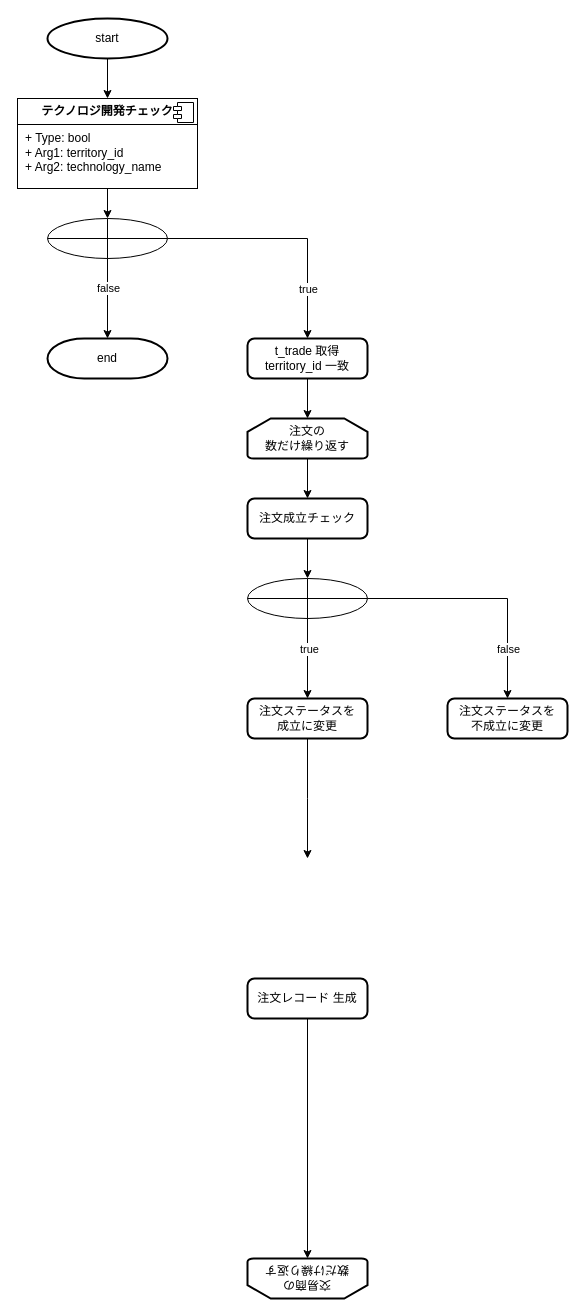
The draw.io diagram page "注文処理" (4 of 4) of table.drawio in T-Miyaoka/geeklog, before the edit. Source tidied: cells renumbered, new cells numbered last; positions are measured from the earlier drawing's top-left corner, leaving out a move shared by most shapes. Both pictures are drawn from the tidied source at 100%, with x=0, y=0 at pixel (17, 18).
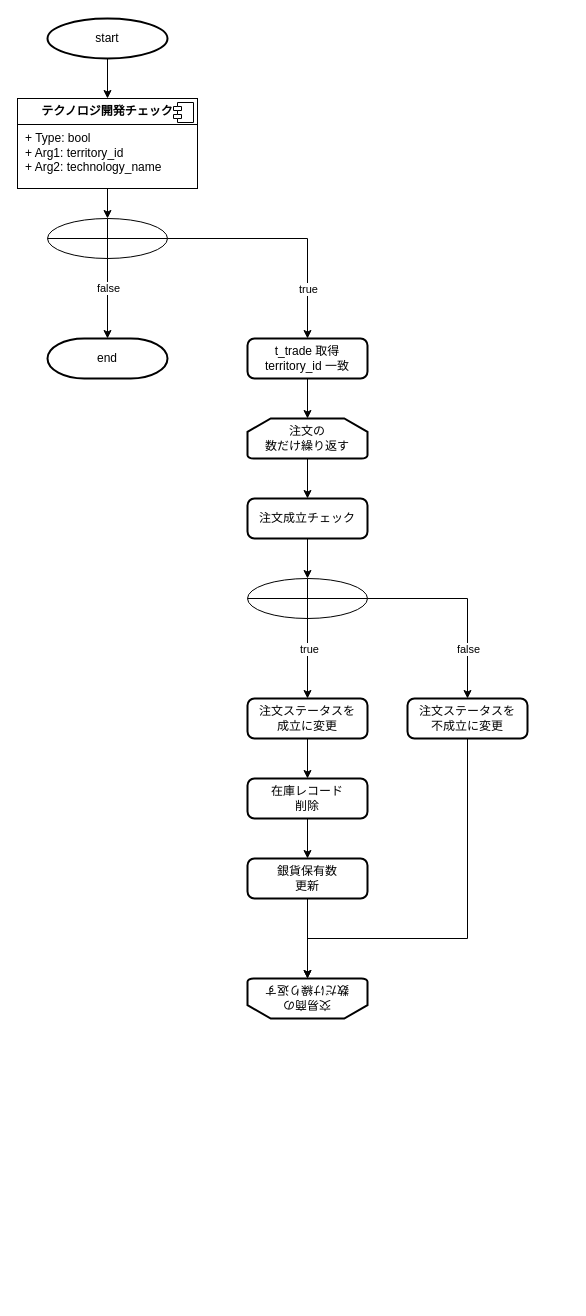
After the change.

The change refers to these unchanged cells:
```xml
<mxCell id="15" style="edgeStyle=orthogonalEdgeStyle;rounded=0;jettySize=auto;html=1;" parent="1" edge="1" source="17" target="29">
  <mxGeometry relative="1" as="geometry" />
</mxCell>
<mxCell id="22" value="注文ステータスを&lt;div&gt;成立に変更&lt;/div&gt;" style="rounded=1;whiteSpace=wrap;html=1;absoluteArcSize=1;arcSize=14;strokeWidth=2;" parent="1" vertex="1">
  <mxGeometry x="230" y="680" width="120" height="40" as="geometry" />
</mxCell>
```

What changed in the source:
```diff
@@
     <mxCell id="16" value="false" style="edgeLabel;html=1;align=center;verticalAlign=middle;" parent="15" vertex="1">
       <mxGeometry x="0.51" y="-4" relative="1" as="geometry">
-        <mxPoint x="4" y="9" as="offset" />
+        <mxPoint x="4" y="-1" as="offset" />
       </mxGeometry>
     </mxCell>
@@
     <mxCell id="21" value="交易商の&lt;div&gt;数だけ繰り返す&lt;/div&gt;" style="strokeWidth=2;html=1;shape=mxgraph.flowchart.loop_limit;whiteSpace=wrap;rotation=-180;" parent="1" vertex="1">
-      <mxGeometry x="230" y="1240" width="120" height="40" as="geometry" />
+      <mxGeometry x="230" y="960" width="120" height="40" as="geometry" />
     </mxCell>
@@
-    <mxCell id="23" style="edgeStyle=orthogonalEdgeStyle;rounded=0;jettySize=auto;html=1;entryX=0.5;entryY=0;entryDx=0;entryDy=0;entryPerimeter=0;" parent="1" edge="1" source="22">
-      <mxGeometry relative="1" as="geometry">
-        <mxPoint x="290" y="840" as="targetPoint" />
-      </mxGeometry>
+    <mxCell id="23" style="edgeStyle=orthogonalEdgeStyle;rounded=0;jettySize=auto;html=1;entryX=0.5;entryY=0;entryDx=0;entryDy=0;" parent="1" edge="1" source="22" target="32">
+      <mxGeometry relative="1" as="geometry" />
     </mxCell>
-    <mxCell id="24" value="&lt;div&gt;&lt;span style=&quot;text-wrap: nowrap;&quot;&gt;注文レコード 生成&lt;/span&gt;&lt;/div&gt;" style="rounded=1;whiteSpace=wrap;html=1;absoluteArcSize=1;arcSize=14;strokeWidth=2;" parent="1" vertex="1">
-      <mxGeometry x="230" y="960" width="120" height="40" as="geometry" />
-    </mxCell>
-    <mxCell id="25" style="edgeStyle=orthogonalEdgeStyle;rounded=0;jettySize=auto;html=1;entryX=0.5;entryY=1;entryDx=0;entryDy=0;entryPerimeter=0;" parent="1" edge="1" source="24" target="21">
-      <mxGeometry relative="1" as="geometry" />
-    </mxCell>
@@
+    <mxCell id="30" style="edgeStyle=orthogonalEdgeStyle;rounded=0;jettySize=auto;html=1;" parent="1" edge="1" source="29" target="21">
+      <mxGeometry relative="1" as="geometry">
+        <Array as="points">
+          <mxPoint x="450" y="920" />
+          <mxPoint x="290" y="920" />
+        </Array>
+      </mxGeometry>
+    </mxCell>
     <mxCell id="29" value="注文ステータスを&lt;div&gt;不成立に変更&lt;/div&gt;" style="rounded=1;whiteSpace=wrap;html=1;absoluteArcSize=1;arcSize=14;strokeWidth=2;" parent="1" vertex="1">
-      <mxGeometry x="430" y="680" width="120" height="40" as="geometry" />
+      <mxGeometry x="390" y="680" width="120" height="40" as="geometry" />
     </mxCell>
+    <mxCell id="31" style="edgeStyle=orthogonalEdgeStyle;rounded=0;jettySize=auto;html=1;entryX=0.5;entryY=0;entryDx=0;entryDy=0;" parent="1" edge="1" source="32" target="34">
+      <mxGeometry relative="1" as="geometry" />
+    </mxCell>
+    <mxCell id="32" value="&lt;span style=&quot;text-wrap: nowrap;&quot;&gt;在庫レコード&lt;/span&gt;&lt;div&gt;&lt;span style=&quot;text-wrap: nowrap;&quot;&gt;削除&lt;/span&gt;&lt;/div&gt;" style="rounded=1;whiteSpace=wrap;html=1;absoluteArcSize=1;arcSize=14;strokeWidth=2;" parent="1" vertex="1">
+      <mxGeometry x="230" y="760" width="120" height="40" as="geometry" />
+    </mxCell>
+    <mxCell id="33" style="edgeStyle=orthogonalEdgeStyle;rounded=0;jettySize=auto;html=1;" parent="1" edge="1" source="34" target="21">
+      <mxGeometry relative="1" as="geometry" />
+    </mxCell>
+    <mxCell id="34" value="&lt;span style=&quot;text-wrap: nowrap;&quot;&gt;銀貨保有数&lt;/span&gt;&lt;div&gt;&lt;span style=&quot;text-wrap: nowrap;&quot;&gt;更新&lt;/span&gt;&lt;/div&gt;" style="rounded=1;whiteSpace=wrap;html=1;absoluteArcSize=1;arcSize=14;strokeWidth=2;" parent="1" vertex="1">
+      <mxGeometry x="230" y="840" width="120" height="40" as="geometry" />
+    </mxCell>
```
